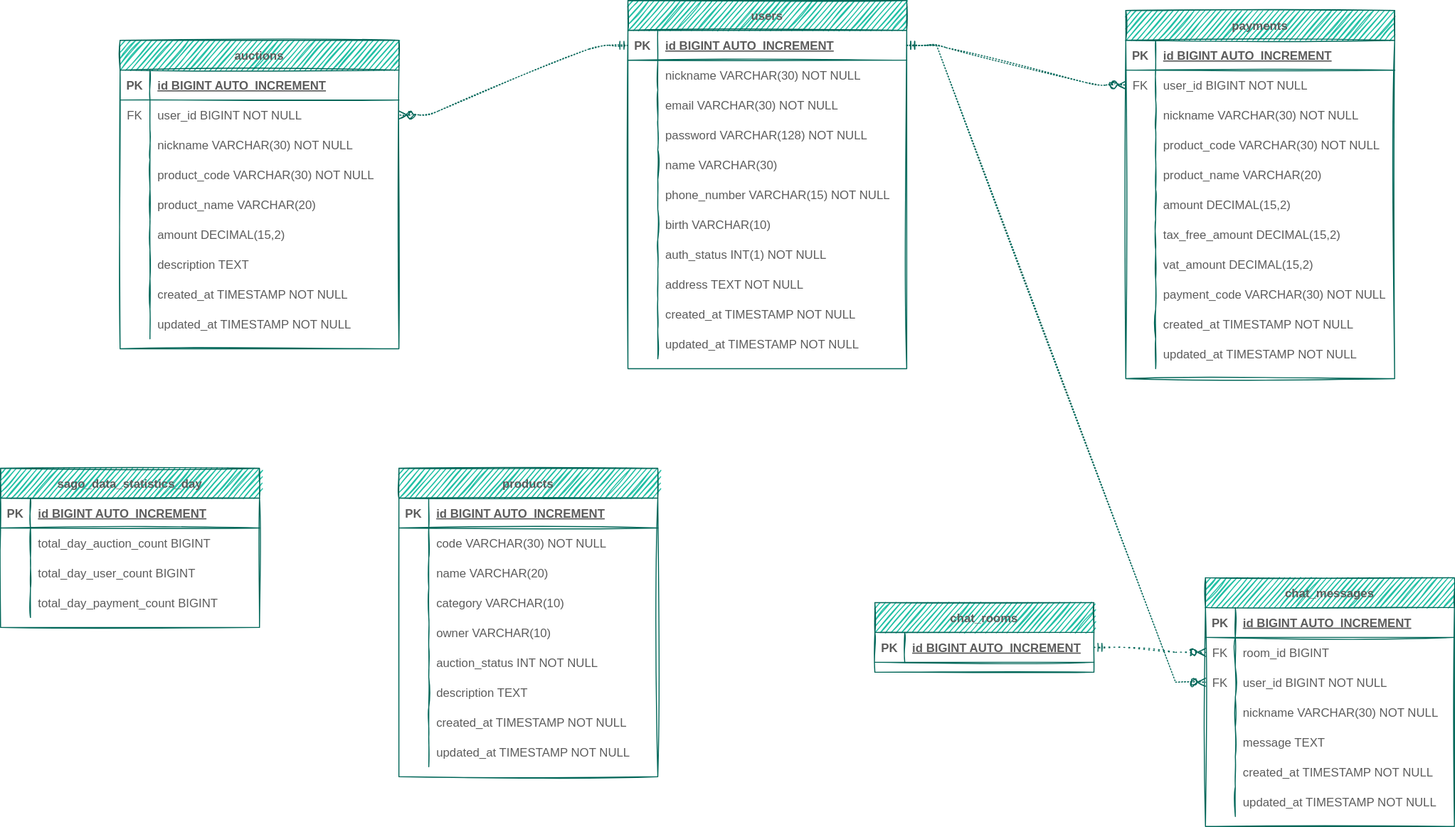
The draw.io diagram sago_database_schema.drawio.svg in AnneMayor/TestRepository, before a commit. Source tidied: cells renumbered, new cells last; positions are measured from the earlier drawing's top-left corner, leaving out a move shared by most shapes.
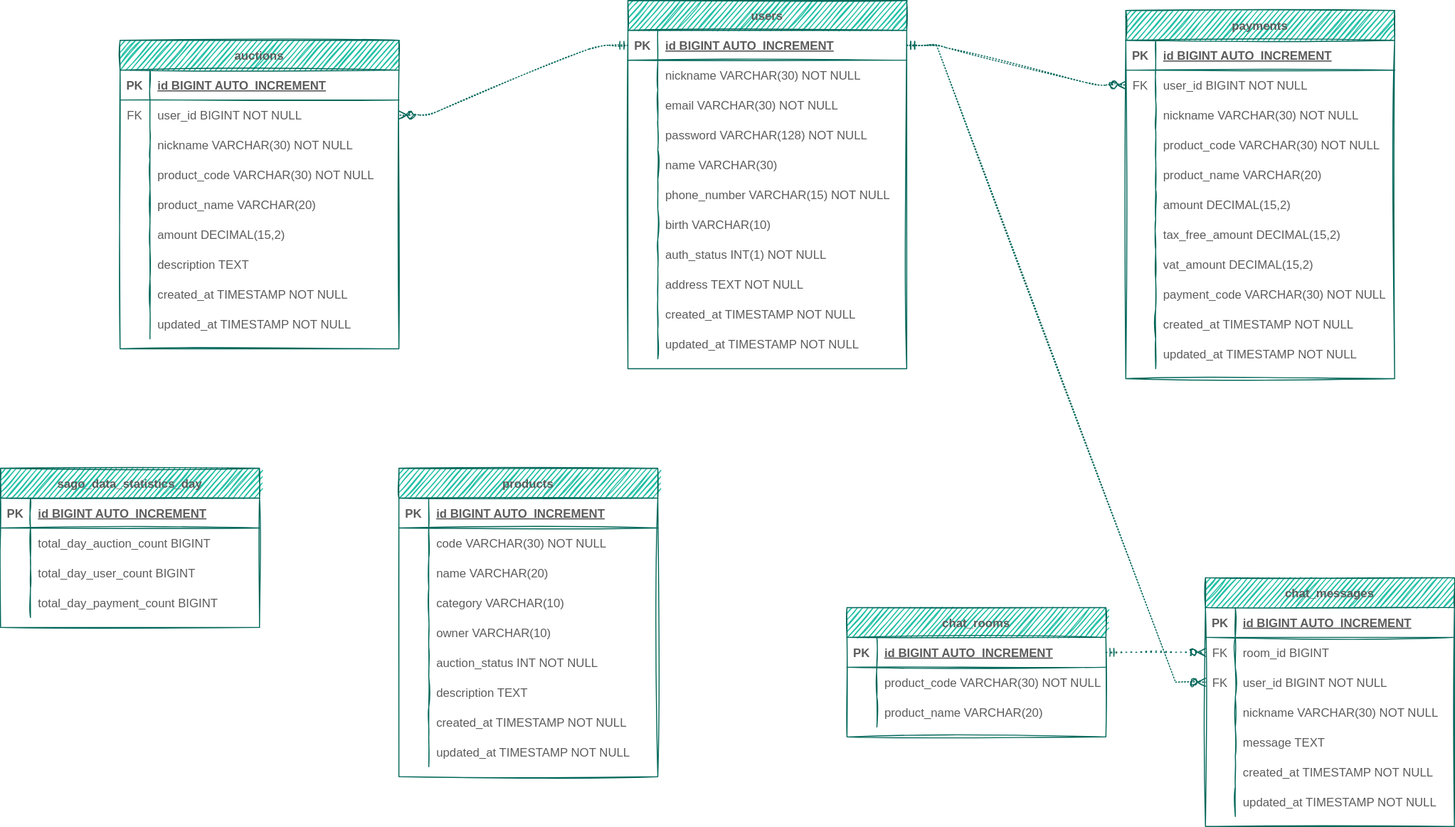
The same file after the commit.

Commit message:
chat_rooms 스키마 변경

Change to the diagram source:
```diff
@@ -440,19 +440,7 @@
     <mxCell id="147" value="updated_at TIMESTAMP NOT NULL" style="shape=partialRectangle;fillColor=none;top=0;left=0;bottom=0;right=0;align=left;spacingLeft=6;overflow=hidden;sketch=1;strokeColor=#006658;fontColor=#5C5C5C;" parent="145" vertex="1">
       <mxGeometry x="30" width="220" height="30" as="geometry" />
     </mxCell>
-    <mxCell id="148" value="chat_rooms" style="shape=table;startSize=30;rowLines=0;fontStyle=1;align=center;sketch=1;fillColor=#21C0A5;strokeColor=#006658;fontColor=#5C5C5C;" parent="1" vertex="1">
-      <mxGeometry x="878" y="605" width="220" height="70" as="geometry" />
-    </mxCell>
-    <mxCell id="149" style="shape=partialRectangle;fillColor=none;top=0;left=0;bottom=1;right=0;points=[[0,0.5],[1,0.5]];portConstraint=eastwest;sketch=1;strokeColor=#006658;fontColor=#5C5C5C;" parent="148" vertex="1">
-      <mxGeometry y="30" width="220" height="30" as="geometry" />
-    </mxCell>
-    <mxCell id="150" value="PK" style="shape=partialRectangle;fillColor=none;top=0;left=0;bottom=0;right=0;fontStyle=1;overflow=hidden;sketch=1;strokeColor=#006658;fontColor=#5C5C5C;" parent="149" vertex="1">
-      <mxGeometry width="30" height="30" as="geometry" />
-    </mxCell>
-    <mxCell id="151" value="id BIGINT AUTO_INCREMENT" style="shape=partialRectangle;fillColor=none;top=0;left=0;bottom=0;right=0;align=left;spacingLeft=6;fontStyle=5;overflow=hidden;sketch=1;strokeColor=#006658;fontColor=#5C5C5C;" parent="149" vertex="1">
-      <mxGeometry x="30" width="190" height="30" as="geometry" />
-    </mxCell>
-    <mxCell id="152" style="edgeStyle=entityRelationEdgeStyle;fontSize=12;html=1;endArrow=ERzeroToMany;startArrow=ERmandOne;rounded=0;sketch=1;dashed=1;dashPattern=1 4;strokeColor=#006658;fontColor=#5C5C5C;" parent="1" edge="1" source="149" target="130">
+    <mxCell id="152" style="edgeStyle=entityRelationEdgeStyle;fontSize=12;html=1;endArrow=ERzeroToMany;startArrow=ERmandOne;rounded=0;sketch=1;dashed=1;dashPattern=1 4;strokeColor=#006658;fontColor=#5C5C5C;exitX=1;exitY=0.5;exitDx=0;exitDy=0;" parent="1" edge="1" source="169" target="130">
       <mxGeometry relative="1" as="geometry" />
     </mxCell>
     <mxCell id="153" style="edgeStyle=entityRelationEdgeStyle;fontSize=12;html=1;endArrow=ERzeroToMany;startArrow=ERmandOne;rounded=1;sketch=1;fontColor=#5C5C5C;strokeColor=#006658;fillColor=#21C0A5;curved=0;entryX=0;entryY=0.5;entryDx=0;entryDy=0;exitX=1;exitY=0.5;exitDx=0;exitDy=0;dashed=1;dashPattern=1 2;" parent="1" edge="1" source="65" target="34">
@@ -503,5 +491,35 @@
     <mxCell id="168" style="edgeStyle=entityRelationEdgeStyle;fontSize=12;html=1;endArrow=ERzeroToMany;startArrow=ERmandOne;rounded=0;entryX=0;entryY=0.5;entryDx=0;entryDy=0;exitX=1;exitY=0.5;exitDx=0;exitDy=0;dashed=1;dashPattern=1 2;sketch=1;strokeColor=#006658;fontColor=#5C5C5C;" parent="1" edge="1" source="65" target="133">
       <mxGeometry relative="1" as="geometry" />
     </mxCell>
+    <mxCell id="148" value="chat_rooms" style="shape=table;startSize=30;rowLines=0;fontStyle=1;align=center;rounded=0;sketch=1;fontColor=#5C5C5C;strokeColor=#006658;fillColor=#21C0A5;" parent="1" vertex="1">
+      <mxGeometry x="850" y="610" width="260" height="130" as="geometry" />
+    </mxCell>
+    <mxCell id="169" style="shape=partialRectangle;fillColor=none;top=0;left=0;bottom=1;right=0;points=[[0,0.5],[1,0.5]];portConstraint=eastwest;rounded=0;sketch=1;fontColor=#5C5C5C;strokeColor=#006658;" parent="148" vertex="1">
+      <mxGeometry y="30" width="260" height="30" as="geometry" />
+    </mxCell>
+    <mxCell id="150" value="PK" style="shape=partialRectangle;fillColor=none;top=0;left=0;bottom=0;right=0;fontStyle=1;overflow=hidden;rounded=0;sketch=1;fontColor=#5C5C5C;strokeColor=#006658;" parent="169" vertex="1">
+      <mxGeometry width="30" height="30" as="geometry" />
+    </mxCell>
+    <mxCell id="151" value="id BIGINT AUTO_INCREMENT" style="shape=partialRectangle;fillColor=none;top=0;left=0;bottom=0;right=0;align=left;spacingLeft=6;fontStyle=5;overflow=hidden;rounded=0;sketch=1;fontColor=#5C5C5C;strokeColor=#006658;" parent="169" vertex="1">
+      <mxGeometry x="30" width="230" height="30" as="geometry" />
+    </mxCell>
+    <mxCell id="170" style="shape=partialRectangle;fillColor=none;top=0;left=0;bottom=0;right=0;rounded=0;sketch=1;fontColor=#5C5C5C;strokeColor=#006658;" parent="148" vertex="1">
+      <mxGeometry y="60" width="260" height="30" as="geometry" />
+    </mxCell>
+    <mxCell id="171" style="shape=partialRectangle;fillColor=none;top=0;left=0;bottom=0;right=0;overflow=hidden;rounded=0;sketch=1;fontColor=#5C5C5C;strokeColor=#006658;" parent="170" vertex="1">
+      <mxGeometry width="30" height="30" as="geometry" />
+    </mxCell>
+    <mxCell id="172" value="product_code VARCHAR(30) NOT NULL" style="shape=partialRectangle;fillColor=none;top=0;left=0;bottom=0;right=0;align=left;spacingLeft=6;overflow=hidden;rounded=0;sketch=1;fontColor=#5C5C5C;strokeColor=#006658;" parent="170" vertex="1">
+      <mxGeometry x="30" width="230" height="30" as="geometry" />
+    </mxCell>
+    <mxCell id="173" style="shape=partialRectangle;fillColor=none;top=0;left=0;bottom=0;right=0;rounded=0;sketch=1;fontColor=#5C5C5C;strokeColor=#006658;" parent="148" vertex="1">
+      <mxGeometry y="90" width="260" height="30" as="geometry" />
+    </mxCell>
+    <mxCell id="174" style="shape=partialRectangle;fillColor=none;top=0;left=0;bottom=0;right=0;overflow=hidden;rounded=0;sketch=1;fontColor=#5C5C5C;strokeColor=#006658;" parent="173" vertex="1">
+      <mxGeometry width="30" height="30" as="geometry" />
+    </mxCell>
+    <mxCell id="175" value="product_name VARCHAR(20)" style="shape=partialRectangle;fillColor=none;top=0;left=0;bottom=0;right=0;align=left;spacingLeft=6;overflow=hidden;rounded=0;sketch=1;fontColor=#5C5C5C;strokeColor=#006658;" parent="173" vertex="1">
+      <mxGeometry x="30" width="230" height="30" as="geometry" />
+    </mxCell>
   </root>
 </mxGraphModel>
```
